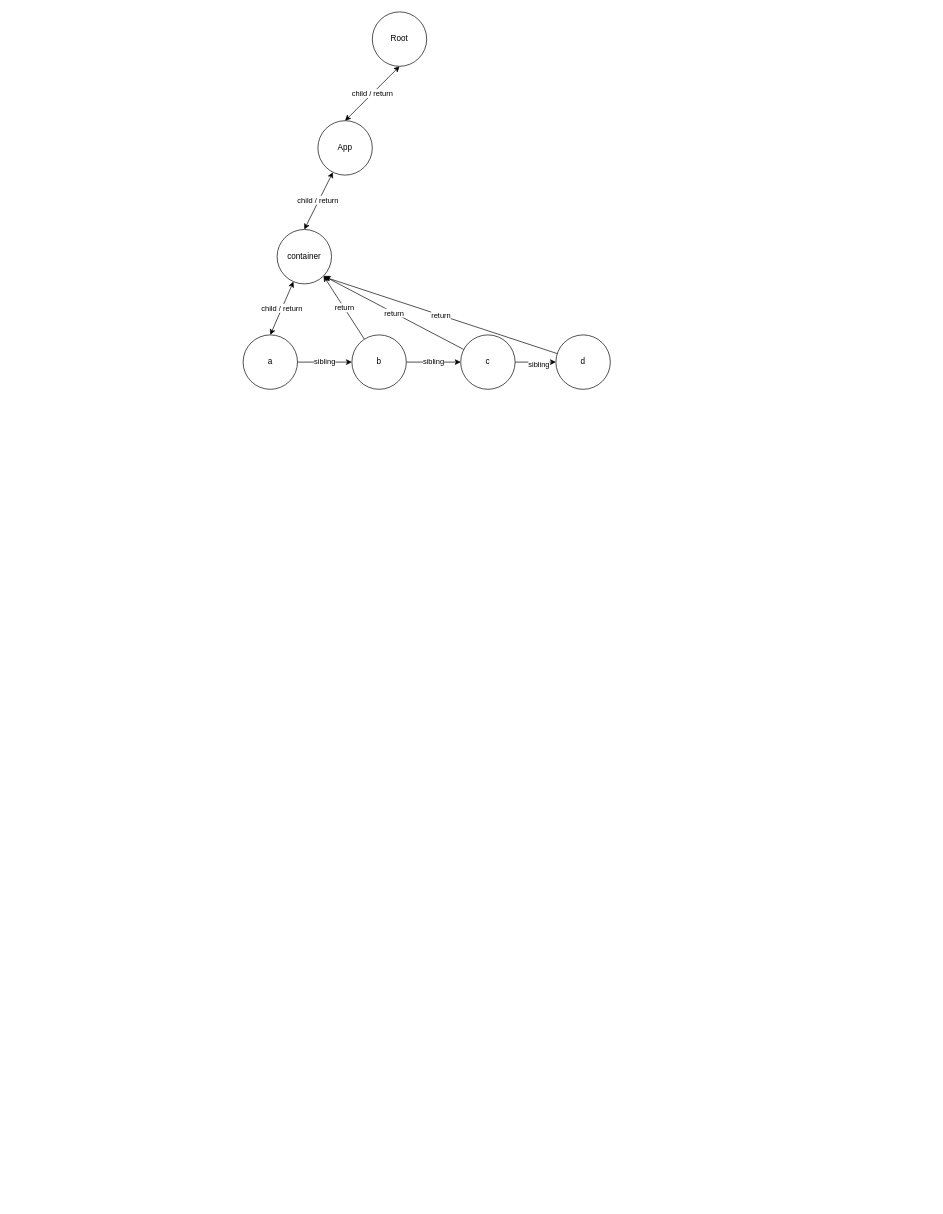
Above: react-update.drawio in wine-fall/drawioDisk (draw.io), before the change. Source tidied: cells renumbered, new cells numbered last; positions are measured from the earlier drawing's top-left corner, leaving out a move shared by most shapes. Both pictures are drawn from the tidied source at 68%, with x=0, y=0 at pixel (243, 12).
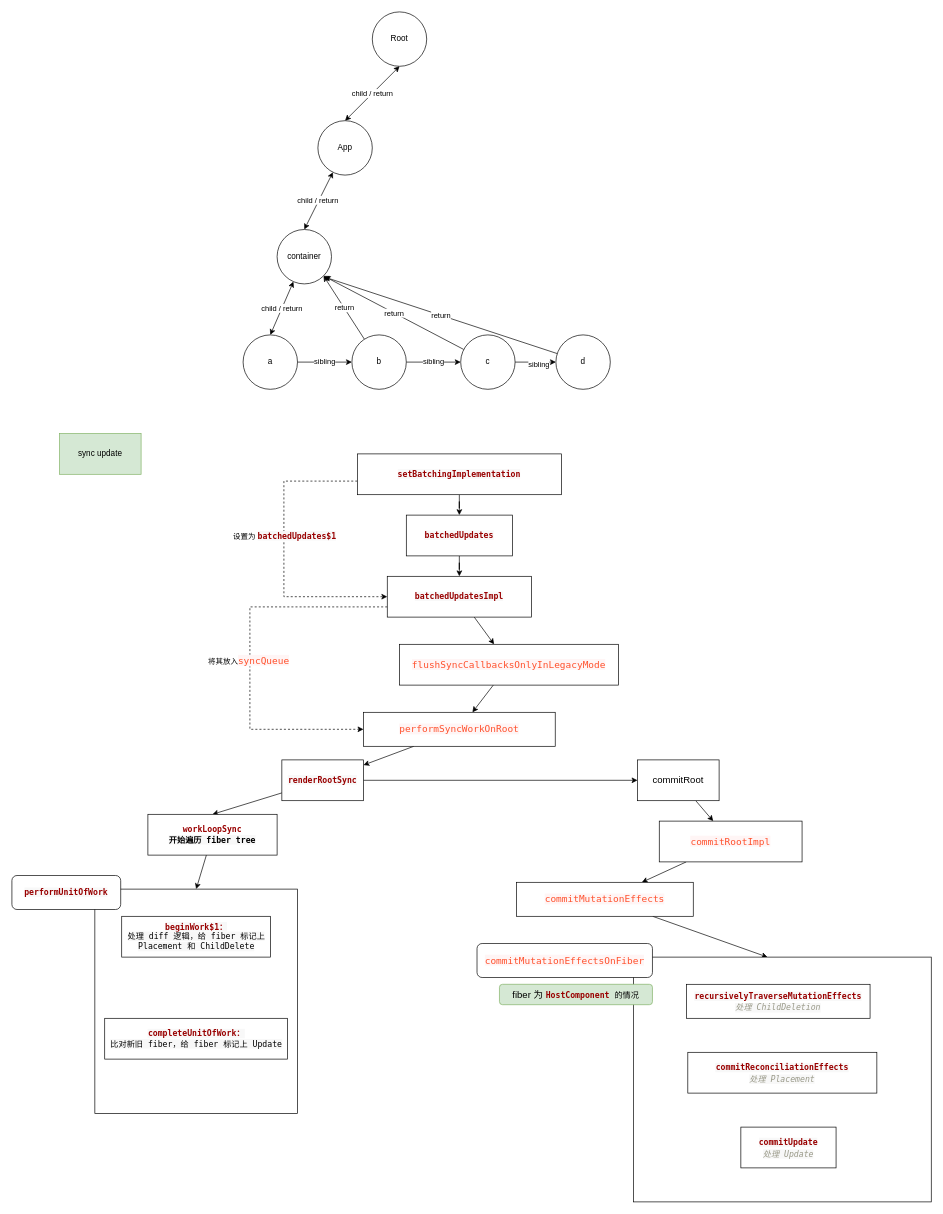
The same diagram, later.

Change to the diagram source:
```diff
@@
+    <mxCell id="21" style="edgeStyle=orthogonalEdgeStyle;rounded=0;jettySize=auto;html=1;" parent="1" edge="1" source="22" target="30">
+      <mxGeometry relative="1" as="geometry" />
+    </mxCell>
+    <mxCell id="22" value="&lt;span style=&quot;color: rgb(153, 0, 0); font-family: Menlo, Monaco, Consolas, &amp;quot;Courier New&amp;quot;, monospace; font-weight: 700; text-align: start; background-color: rgb(248, 248, 248);&quot;&gt;batchedUpdates&lt;/span&gt;" style="rounded=0;whiteSpace=wrap;html=1;" parent="1" vertex="1">
+      <mxGeometry x="240" y="740" width="156" height="60" as="geometry" />
+    </mxCell>
+    <mxCell id="23" style="edgeStyle=orthogonalEdgeStyle;rounded=0;jettySize=auto;html=1;entryX=0.5;entryY=0;entryDx=0;entryDy=0;" parent="1" edge="1" source="26" target="22">
+      <mxGeometry relative="1" as="geometry" />
+    </mxCell>
+    <mxCell id="24" style="edgeStyle=orthogonalEdgeStyle;rounded=0;jettySize=auto;html=1;entryX=0;entryY=0.5;entryDx=0;entryDy=0;dashed=1;" parent="1" edge="1" source="26" target="30">
+      <mxGeometry relative="1" as="geometry">
+        <Array as="points">
+          <mxPoint x="60" y="690" />
+          <mxPoint x="60" y="860" />
+        </Array>
+      </mxGeometry>
+    </mxCell>
+    <mxCell id="25" value="设置为&amp;nbsp;&lt;span style=&quot;color: rgb(153, 0, 0); font-family: Menlo, Monaco, Consolas, &amp;quot;Courier New&amp;quot;, monospace; font-size: 12px; font-weight: 700; text-align: start; background-color: rgb(248, 248, 248);&quot;&gt;batchedUpdates$1&lt;/span&gt;" style="edgeLabel;html=1;align=center;verticalAlign=middle;" parent="24" vertex="1">
+      <mxGeometry x="-0.2" relative="1" as="geometry">
+        <mxPoint y="16" as="offset" />
+      </mxGeometry>
+    </mxCell>
+    <mxCell id="26" value="&lt;span style=&quot;color: rgb(153, 0, 0); font-family: Menlo, Monaco, Consolas, &amp;quot;Courier New&amp;quot;, monospace; font-weight: 700; text-align: start; background-color: rgb(248, 248, 248);&quot;&gt;setBatchingImplementation&lt;/span&gt;" style="rounded=0;whiteSpace=wrap;html=1;" parent="1" vertex="1">
+      <mxGeometry x="168" y="650" width="300" height="60" as="geometry" />
+    </mxCell>
+    <mxCell id="27" style="rounded=0;jettySize=auto;html=1;" parent="1" edge="1" source="30" target="35">
+      <mxGeometry relative="1" as="geometry" />
+    </mxCell>
+    <mxCell id="28" style="edgeStyle=orthogonalEdgeStyle;rounded=0;jettySize=auto;html=1;exitX=0;exitY=0.75;exitDx=0;exitDy=0;entryX=0;entryY=0.5;entryDx=0;entryDy=0;dashed=1;fontSize=14;fontColor=#000000;" parent="1" edge="1" source="30" target="32">
+      <mxGeometry relative="1" as="geometry">
+        <Array as="points">
+          <mxPoint x="10" y="875" />
+          <mxPoint x="10" y="1055" />
+        </Array>
+      </mxGeometry>
+    </mxCell>
+    <mxCell id="29" value="&lt;span style=&quot;font-size: 11px;&quot;&gt;将其放入&lt;/span&gt;&lt;span style=&quot;color: rgb(255, 80, 44); font-family: Menlo, Monaco, Consolas, &amp;quot;Courier New&amp;quot;, monospace; font-size: 13.92px; text-align: start; background-color: rgb(255, 245, 245);&quot;&gt;syncQueue&lt;/span&gt;" style="edgeLabel;html=1;align=center;verticalAlign=middle;fontSize=14;fontColor=#000000;" parent="28" vertex="1">
+      <mxGeometry x="0.02" y="-3" relative="1" as="geometry" />
+    </mxCell>
+    <mxCell id="30" value="&lt;span style=&quot;color: rgb(153, 0, 0); font-family: Menlo, Monaco, Consolas, &amp;quot;Courier New&amp;quot;, monospace; font-weight: 700; text-align: start; background-color: rgb(248, 248, 248);&quot;&gt;batchedUpdatesImpl&lt;/span&gt;" style="rounded=0;whiteSpace=wrap;html=1;" parent="1" vertex="1">
+      <mxGeometry x="212" y="830" width="212" height="60" as="geometry" />
+    </mxCell>
+    <mxCell id="31" style="edgeStyle=none;rounded=0;jettySize=auto;html=1;" parent="1" edge="1" source="32" target="38">
+      <mxGeometry relative="1" as="geometry" />
+    </mxCell>
+    <mxCell id="32" value="&lt;span style=&quot;color: rgb(255, 80, 44); font-family: Menlo, Monaco, Consolas, &amp;quot;Courier New&amp;quot;, monospace; font-size: 13.92px; text-align: start; background-color: rgb(255, 245, 245);&quot;&gt;performSyncWorkOnRoot&lt;/span&gt;" style="rounded=0;whiteSpace=wrap;html=1;" parent="1" vertex="1">
+      <mxGeometry x="177" y="1030" width="282" height="50" as="geometry" />
+    </mxCell>
+    <mxCell id="33" value="sync update" style="rounded=0;whiteSpace=wrap;html=1;fillColor=#d5e8d4;strokeColor=#82b366;" parent="1" vertex="1">
+      <mxGeometry x="-270" y="620" width="120" height="60" as="geometry" />
+    </mxCell>
+    <mxCell id="34" style="edgeStyle=none;rounded=0;jettySize=auto;html=1;" parent="1" edge="1" source="35" target="32">
+      <mxGeometry relative="1" as="geometry" />
+    </mxCell>
+    <mxCell id="35" value="&lt;span style=&quot;color: rgb(255, 80, 44); font-family: Menlo, Monaco, Consolas, &amp;quot;Courier New&amp;quot;, monospace; font-size: 13.92px; font-style: normal; font-variant-ligatures: normal; font-variant-caps: normal; font-weight: 400; letter-spacing: normal; orphans: 2; text-align: start; text-indent: 0px; text-transform: none; widows: 2; word-spacing: 0px; -webkit-text-stroke-width: 0px; background-color: rgb(255, 245, 245); text-decoration-thickness: initial; text-decoration-style: initial; text-decoration-color: initial; float: none; display: inline !important;&quot;&gt;flushSyncCallbacksOnlyInLegacyMode&lt;/span&gt;" style="rounded=0;whiteSpace=wrap;html=1;" parent="1" vertex="1">
+      <mxGeometry x="230" y="930" width="322" height="60" as="geometry" />
+    </mxCell>
+    <mxCell id="36" style="edgeStyle=none;rounded=0;jettySize=auto;html=1;entryX=0.5;entryY=0;entryDx=0;entryDy=0;" parent="1" edge="1" source="38" target="41">
+      <mxGeometry relative="1" as="geometry" />
+    </mxCell>
+    <mxCell id="37" style="edgeStyle=none;rounded=0;jettySize=auto;html=1;fontColor=#000000;entryX=0;entryY=0.5;entryDx=0;entryDy=0;" parent="1" edge="1" source="38" target="46">
+      <mxGeometry relative="1" as="geometry" />
+    </mxCell>
+    <mxCell id="38" value="&lt;span style=&quot;color: rgb(153, 0, 0); font-family: Menlo, Monaco, Consolas, &amp;quot;Courier New&amp;quot;, monospace; font-weight: 700; text-align: start; background-color: rgb(248, 248, 248);&quot;&gt;renderRootSync&lt;/span&gt;" style="rounded=0;whiteSpace=wrap;html=1;" parent="1" vertex="1">
+      <mxGeometry x="57" y="1100" width="120" height="60" as="geometry" />
+    </mxCell>
+    <mxCell id="39" style="rounded=0;whiteSpace=wrap;html=1;" parent="1" vertex="1">
+      <mxGeometry x="-218" y="1290" width="298" height="330" as="geometry" />
+    </mxCell>
+    <mxCell id="40" style="edgeStyle=none;rounded=0;jettySize=auto;html=1;entryX=0.5;entryY=0;entryDx=0;entryDy=0;fontColor=#000000;" parent="1" edge="1" source="41" target="39">
+      <mxGeometry relative="1" as="geometry" />
+    </mxCell>
+    <mxCell id="41" value="&lt;font style=&quot;font-family: Menlo, Monaco, Consolas, &amp;quot;Courier New&amp;quot;, monospace; font-weight: 700; text-align: start;&quot; color=&quot;#990000&quot;&gt;workLoopSync&lt;/font&gt;&lt;br style=&quot;font-family: Menlo, Monaco, Consolas, &amp;quot;Courier New&amp;quot;, monospace; font-weight: 700; text-align: start;&quot;&gt;&lt;span style=&quot;font-family: Menlo, Monaco, Consolas, &amp;quot;Courier New&amp;quot;, monospace; font-weight: 700; text-align: start; background-color: rgb(248, 248, 248);&quot;&gt;开始遍历 fiber tree&lt;/span&gt;" style="rounded=0;whiteSpace=wrap;html=1;fontColor=#000000;" parent="1" vertex="1">
+      <mxGeometry x="-140" y="1180" width="190" height="60" as="geometry" />
+    </mxCell>
+    <mxCell id="42" value="&lt;span style=&quot;color: rgb(153, 0, 0); font-family: Menlo, Monaco, Consolas, &amp;quot;Courier New&amp;quot;, monospace; font-weight: 700; text-align: start; background-color: rgb(248, 248, 248);&quot;&gt;performUnitOfWork&lt;/span&gt;" style="rounded=1;whiteSpace=wrap;html=1;fontColor=#000000;" parent="1" vertex="1">
+      <mxGeometry x="-340" y="1270" width="160" height="50" as="geometry" />
+    </mxCell>
+    <mxCell id="43" value="&lt;span style=&quot;font-family: Menlo, Monaco, Consolas, &amp;quot;Courier New&amp;quot;, monospace; text-align: start; background-color: rgb(248, 248, 248);&quot;&gt;&lt;font style=&quot;font-weight: 700;&quot; color=&quot;#990000&quot;&gt;beginWork$1：&lt;/font&gt;&lt;br&gt;处理 diff 逻辑，给 fiber 标记上 Placement 和 ChildDelete&lt;br&gt;&lt;/span&gt;" style="rounded=0;whiteSpace=wrap;html=1;fontColor=#000000;" parent="1" vertex="1">
+      <mxGeometry x="-178.5" y="1330" width="219" height="60" as="geometry" />
+    </mxCell>
+    <mxCell id="44" value="&lt;span style=&quot;font-family: Menlo, Monaco, Consolas, &amp;quot;Courier New&amp;quot;, monospace; text-align: start; background-color: rgb(248, 248, 248);&quot;&gt;&lt;font style=&quot;font-weight: 700;&quot; color=&quot;#990000&quot;&gt;completeUnitOfWork：&lt;/font&gt;&lt;br&gt;比对新旧 fiber，给 fiber 标记上 Update&lt;br&gt;&lt;/span&gt;" style="rounded=0;whiteSpace=wrap;html=1;fontColor=#000000;" parent="1" vertex="1">
+      <mxGeometry x="-203.5" y="1480" width="269" height="60" as="geometry" />
+    </mxCell>
+    <mxCell id="45" style="edgeStyle=none;rounded=0;jettySize=auto;html=1;fontSize=14;fontColor=#000000;" parent="1" edge="1" source="46" target="48">
+      <mxGeometry relative="1" as="geometry" />
+    </mxCell>
+    <mxCell id="46" value="commitRoot" style="rounded=0;whiteSpace=wrap;html=1;fontSize=14;fontColor=#000000;" parent="1" vertex="1">
+      <mxGeometry x="580" y="1100" width="120" height="60" as="geometry" />
+    </mxCell>
+    <mxCell id="47" style="edgeStyle=none;rounded=0;jettySize=auto;html=1;fontSize=14;fontColor=#000000;" parent="1" edge="1" source="48" target="50">
+      <mxGeometry relative="1" as="geometry" />
+    </mxCell>
+    <mxCell id="48" value="&lt;span style=&quot;color: rgb(255, 80, 44); font-family: Menlo, Monaco, Consolas, &amp;quot;Courier New&amp;quot;, monospace; font-size: 13.92px; text-align: start; background-color: rgb(255, 245, 245);&quot;&gt;commitRootImpl&lt;/span&gt;" style="rounded=0;whiteSpace=wrap;html=1;fontSize=14;fontColor=#000000;" parent="1" vertex="1">
+      <mxGeometry x="612" y="1190" width="210" height="60" as="geometry" />
+    </mxCell>
+    <mxCell id="49" style="edgeStyle=none;rounded=0;jettySize=auto;html=1;fontSize=14;fontColor=#000000;entryX=0.45;entryY=0;entryDx=0;entryDy=0;entryPerimeter=0;" parent="1" edge="1" source="50" target="51">
+      <mxGeometry relative="1" as="geometry" />
+    </mxCell>
+    <mxCell id="50" value="&lt;span style=&quot;color: rgb(255, 80, 44); font-family: Menlo, Monaco, Consolas, &amp;quot;Courier New&amp;quot;, monospace; font-size: 13.92px; text-align: start; background-color: rgb(255, 245, 245);&quot;&gt;commitMutationEffects&lt;/span&gt;" style="rounded=0;whiteSpace=wrap;html=1;fontSize=14;fontColor=#000000;" parent="1" vertex="1">
+      <mxGeometry x="402" y="1280" width="260" height="50" as="geometry" />
+    </mxCell>
+    <mxCell id="51" style="rounded=0;whiteSpace=wrap;html=1;fontSize=14;fontColor=#000000;" parent="1" vertex="1">
+      <mxGeometry x="574" y="1390" width="438" height="360" as="geometry" />
+    </mxCell>
+    <mxCell id="52" value="&lt;span style=&quot;color: rgb(153, 0, 0); font-family: Menlo, Monaco, Consolas, &amp;quot;Courier New&amp;quot;, monospace; font-size: 12px; font-weight: 700; text-align: start; background-color: rgb(248, 248, 248);&quot;&gt;recursivelyTraverseMutationEffects&lt;br&gt;&lt;/span&gt;&lt;span style=&quot;color: rgb(153, 153, 136); font-family: Menlo, Monaco, Consolas, &amp;quot;Courier New&amp;quot;, monospace; font-size: 12px; font-style: italic; text-align: start; background-color: rgb(248, 248, 248);&quot;&gt;处理 ChildDeletion&lt;/span&gt;&lt;span style=&quot;color: rgb(153, 0, 0); font-family: Menlo, Monaco, Consolas, &amp;quot;Courier New&amp;quot;, monospace; font-size: 12px; font-weight: 700; text-align: start; background-color: rgb(248, 248, 248);&quot;&gt;&lt;br&gt;&lt;/span&gt;" style="rounded=0;whiteSpace=wrap;html=1;fontSize=14;fontColor=#000000;" parent="1" vertex="1">
+      <mxGeometry x="652" y="1430" width="270" height="50" as="geometry" />
+    </mxCell>
+    <mxCell id="53" value="&lt;span style=&quot;color: rgb(153, 0, 0); font-family: Menlo, Monaco, Consolas, &amp;quot;Courier New&amp;quot;, monospace; font-size: 12px; font-weight: 700; text-align: start; background-color: rgb(248, 248, 248);&quot;&gt;commitReconciliationEffects&lt;br&gt;&lt;/span&gt;&lt;span style=&quot;color: rgb(153, 153, 136); font-family: Menlo, Monaco, Consolas, &amp;quot;Courier New&amp;quot;, monospace; font-size: 12px; font-style: italic; text-align: start; background-color: rgb(248, 248, 248);&quot;&gt;处理 Placement&lt;/span&gt;&lt;span style=&quot;color: rgb(153, 0, 0); font-family: Menlo, Monaco, Consolas, &amp;quot;Courier New&amp;quot;, monospace; font-size: 12px; font-weight: 700; text-align: start; background-color: rgb(248, 248, 248);&quot;&gt;&lt;br&gt;&lt;/span&gt;" style="rounded=0;whiteSpace=wrap;html=1;fontSize=14;fontColor=#000000;" parent="1" vertex="1">
+      <mxGeometry x="654" y="1530" width="278" height="60" as="geometry" />
+    </mxCell>
+    <mxCell id="54" value="&lt;span style=&quot;color: rgb(153, 0, 0); font-family: Menlo, Monaco, Consolas, &amp;quot;Courier New&amp;quot;, monospace; font-size: 12px; font-weight: 700; text-align: start; background-color: rgb(248, 248, 248);&quot;&gt;commitUpdate&lt;br&gt;&lt;/span&gt;&lt;span style=&quot;color: rgb(153, 153, 136); font-family: Menlo, Monaco, Consolas, &amp;quot;Courier New&amp;quot;, monospace; font-size: 12px; font-style: italic; text-align: start; background-color: rgb(248, 248, 248);&quot;&gt;处理 Update&lt;/span&gt;&lt;span style=&quot;color: rgb(153, 0, 0); font-family: Menlo, Monaco, Consolas, &amp;quot;Courier New&amp;quot;, monospace; font-size: 12px; font-weight: 700; text-align: start; background-color: rgb(248, 248, 248);&quot;&gt;&lt;br&gt;&lt;/span&gt;" style="rounded=0;whiteSpace=wrap;html=1;fontSize=14;fontColor=#000000;" parent="1" vertex="1">
+      <mxGeometry x="732" y="1640" width="140" height="60" as="geometry" />
+    </mxCell>
+    <mxCell id="55" value="fiber 为&amp;nbsp;&lt;span style=&quot;color: rgb(153, 0, 0); font-family: Menlo, Monaco, Consolas, &amp;quot;Courier New&amp;quot;, monospace; font-size: 12px; font-weight: 700; text-align: start;&quot;&gt;HostComponent&lt;/span&gt;&lt;span style=&quot;color: rgb(153, 0, 0); font-family: Menlo, Monaco, Consolas, &amp;quot;Courier New&amp;quot;, monospace; font-size: 12px; font-weight: 700; text-align: start;&quot;&gt; &lt;/span&gt;&lt;span style=&quot;font-family: Menlo, Monaco, Consolas, &amp;quot;Courier New&amp;quot;, monospace; font-size: 12px; text-align: start;&quot;&gt;的情况&lt;/span&gt;" style="rounded=1;whiteSpace=wrap;html=1;fontSize=14;fillColor=#d5e8d4;strokeColor=#82b366;" parent="1" vertex="1">
+      <mxGeometry x="377" y="1430" width="225" height="30" as="geometry" />
+    </mxCell>
+    <mxCell id="56" value="&lt;span style=&quot;color: rgb(255, 80, 44); font-family: Menlo, Monaco, Consolas, &amp;quot;Courier New&amp;quot;, monospace; font-size: 13.92px; text-align: start; background-color: rgb(255, 245, 245);&quot;&gt;commitMutationEffectsOnFiber&lt;/span&gt;" style="rounded=1;whiteSpace=wrap;html=1;labelBackgroundColor=none;fontSize=14;fontColor=#000000;" parent="1" vertex="1">
+      <mxGeometry x="344" y="1370" width="258" height="50" as="geometry" />
+    </mxCell>
```
